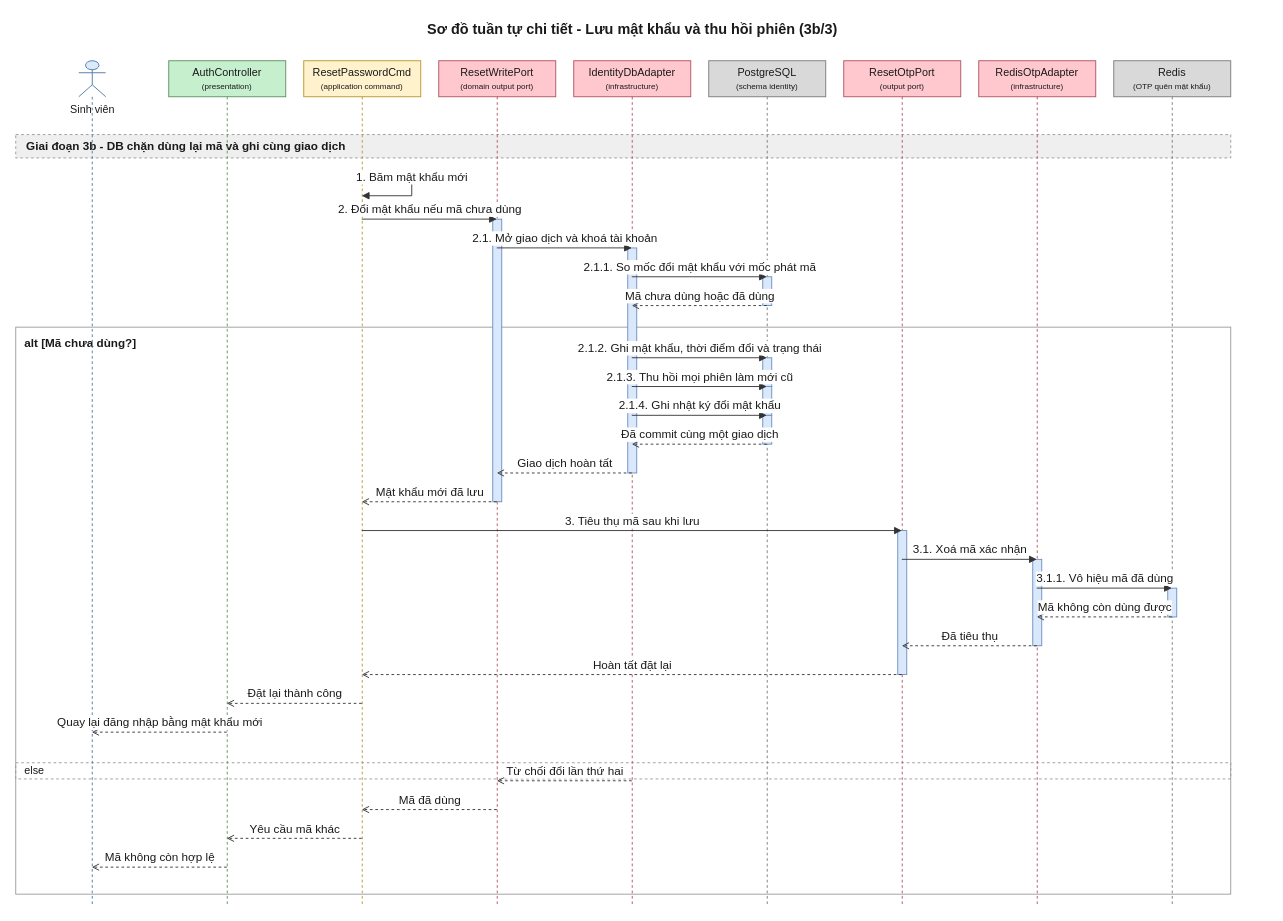
Earlier version of the draw.io diagram 08-diagram/sequence/user/sequence_user_quen_mat_khau_otp_p3b.drawio (daiphu1801/PRJ_ALGOPREP). Source tidied: cells renumbered, new cells numbered last; positions are measured from the earlier drawing's top-left corner, leaving out a move shared by most shapes. Both pictures are drawn from the tidied source at 90%, with x=0, y=0 at pixel (15, 15).
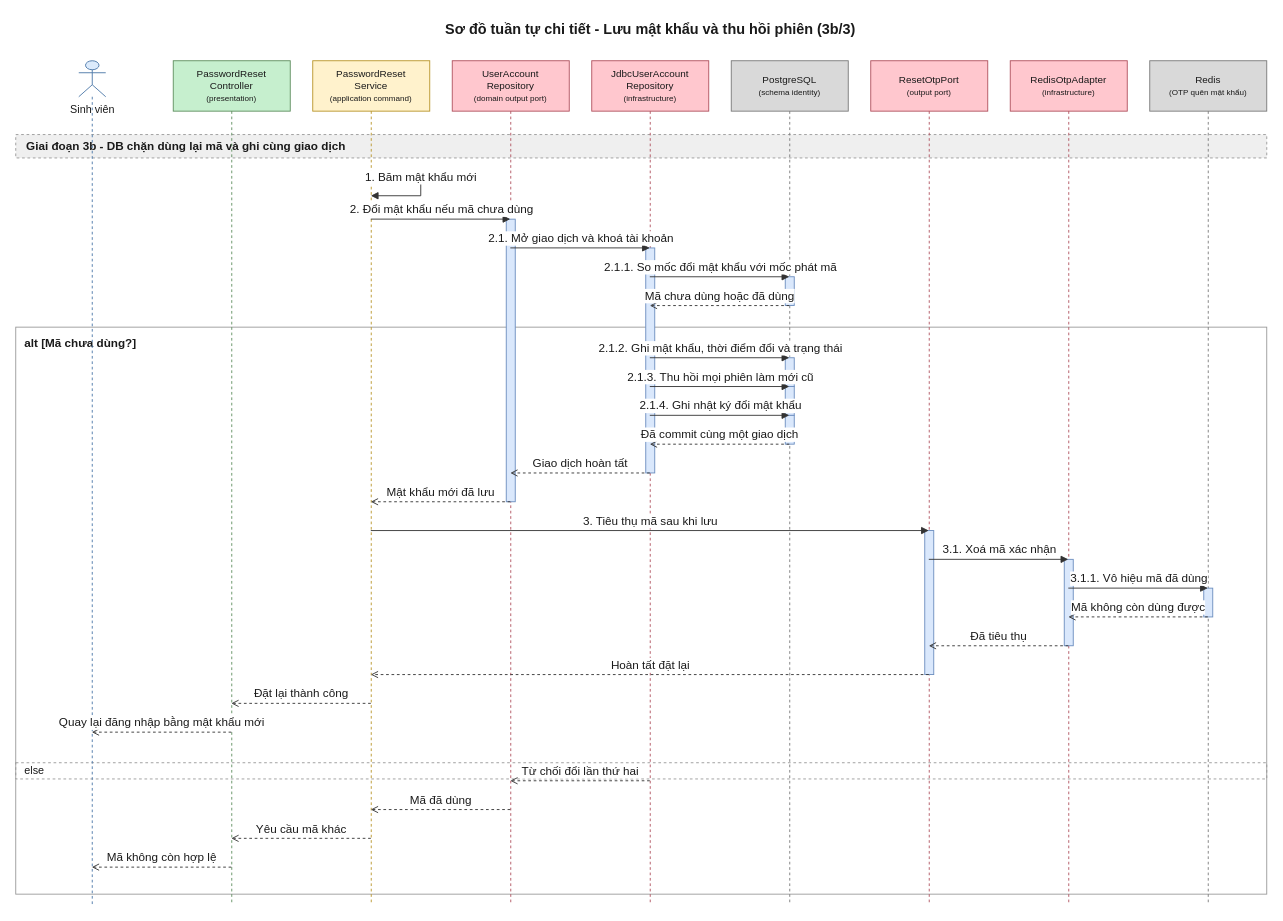
Above is the later version.

Change to the diagram source:
```diff
@@
     <mxCell id="2" value="Sơ đồ tuần tự chi tiết - Lưu mật khẩu và thu hồi phiên (3b/3)" style="text;html=1;fontSize=16;fontStyle=1;align=center;verticalAlign=middle;fontColor=#1A1A1A;" parent="1" vertex="1">
-      <mxGeometry x="20" width="1330" height="30" as="geometry" />
+      <mxGeometry x="20" width="1370" height="30" as="geometry" />
     </mxCell>
     <mxCell id="3" value="alt [Mã chưa dùng?]" style="algoprep=alt;rounded=0;whiteSpace=wrap;html=1;fillColor=none;strokeColor=#999999;verticalAlign=top;align=left;spacingLeft=8;spacingTop=4;fontColor=#1A1A1A;fontSize=13;fontStyle=1;dashed=0;" parent="1" vertex="1">
-      <mxGeometry y="346" width="1350" height="630" as="geometry" />
+      <mxGeometry y="346" width="1390" height="630" as="geometry" />
     </mxCell>
     <mxCell id="4" value="else" style="text;html=1;dashed=1;strokeColor=#999999;fillColor=none;align=left;verticalAlign=middle;spacingLeft=8;fontColor=#1A1A1A;fontSize=12;" parent="1" vertex="1">
-      <mxGeometry y="830" width="1350" height="18" as="geometry" />
+      <mxGeometry y="830" width="1390" height="18" as="geometry" />
     </mxCell>
     <mxCell id="5" value="Giai đoạn 3b - DB chặn dùng lại mã và ghi cùng giao dịch" style="algoprep=phase;rounded=0;whiteSpace=wrap;html=1;fillColor=#EFEFEF;strokeColor=#999999;dashed=1;align=left;verticalAlign=middle;spacingLeft=10;fontColor=#1A1A1A;fontSize=13;fontStyle=1;" parent="1" vertex="1">
-      <mxGeometry y="132" width="1350" height="26" as="geometry" />
+      <mxGeometry y="132" width="1390" height="26" as="geometry" />
     </mxCell>
@@
-    <mxCell id="7" value="AuthController&lt;br&gt;&lt;font style=&quot;font-size:9px&quot;&gt;(presentation)&lt;/font&gt;" style="shape=umlLifeline;perimeter=lifelinePerimeter;whiteSpace=wrap;html=1;outlineConnect=0;size=40;fillColor=#C6EFCE;strokeColor=#5E8E5E;fontColor=#1A1A1A;" parent="1" vertex="1">
-      <mxGeometry x="170" y="50" width="130" height="938" as="geometry" />
+    <mxCell id="7" value="PasswordReset&lt;br&gt;Controller&lt;br&gt;&lt;font style=&quot;font-size:9px&quot;&gt;(presentation)&lt;/font&gt;" style="shape=umlLifeline;perimeter=lifelinePerimeter;whiteSpace=wrap;html=1;outlineConnect=0;size=56;fontSize=11;fillColor=#C6EFCE;strokeColor=#5E8E5E;fontColor=#1A1A1A;" parent="1" vertex="1">
+      <mxGeometry x="175" y="50" width="130" height="938" as="geometry" />
     </mxCell>
-    <mxCell id="8" value="ResetPasswordCmd&lt;br&gt;&lt;font style=&quot;font-size:9px&quot;&gt;(application command)&lt;/font&gt;" style="shape=umlLifeline;perimeter=lifelinePerimeter;whiteSpace=wrap;html=1;outlineConnect=0;size=40;fillColor=#FFF2CC;strokeColor=#B8952A;fontColor=#1A1A1A;" parent="1" vertex="1">
-      <mxGeometry x="320" y="50" width="130" height="938" as="geometry" />
+    <mxCell id="8" value="PasswordReset&lt;br&gt;Service&lt;br&gt;&lt;font style=&quot;font-size:9px&quot;&gt;(application command)&lt;/font&gt;" style="shape=umlLifeline;perimeter=lifelinePerimeter;whiteSpace=wrap;html=1;outlineConnect=0;size=56;fontSize=11;fillColor=#FFF2CC;strokeColor=#B8952A;fontColor=#1A1A1A;" parent="1" vertex="1">
+      <mxGeometry x="330" y="50" width="130" height="938" as="geometry" />
     </mxCell>
-    <mxCell id="9" value="ResetWritePort&lt;br&gt;&lt;font style=&quot;font-size:9px&quot;&gt;(domain output port)&lt;/font&gt;" style="shape=umlLifeline;perimeter=lifelinePerimeter;whiteSpace=wrap;html=1;outlineConnect=0;size=40;fillColor=#FFC7CE;strokeColor=#B0525E;fontColor=#1A1A1A;" parent="1" vertex="1">
-      <mxGeometry x="470" y="50" width="130" height="938" as="geometry" />
+    <mxCell id="9" value="UserAccount&lt;br&gt;Repository&lt;br&gt;&lt;font style=&quot;font-size:9px&quot;&gt;(domain output port)&lt;/font&gt;" style="shape=umlLifeline;perimeter=lifelinePerimeter;whiteSpace=wrap;html=1;outlineConnect=0;size=56;fontSize=11;fillColor=#FFC7CE;strokeColor=#B0525E;fontColor=#1A1A1A;" parent="1" vertex="1">
+      <mxGeometry x="485" y="50" width="130" height="938" as="geometry" />
     </mxCell>
-    <mxCell id="10" value="IdentityDbAdapter&lt;br&gt;&lt;font style=&quot;font-size:9px&quot;&gt;(infrastructure)&lt;/font&gt;" style="shape=umlLifeline;perimeter=lifelinePerimeter;whiteSpace=wrap;html=1;outlineConnect=0;size=40;fillColor=#FFC7CE;strokeColor=#B0525E;fontColor=#1A1A1A;" parent="1" vertex="1">
-      <mxGeometry x="620" y="50" width="130" height="938" as="geometry" />
+    <mxCell id="10" value="JdbcUserAccount&lt;br&gt;Repository&lt;br&gt;&lt;font style=&quot;font-size:9px&quot;&gt;(infrastructure)&lt;/font&gt;" style="shape=umlLifeline;perimeter=lifelinePerimeter;whiteSpace=wrap;html=1;outlineConnect=0;size=56;fontSize=11;fillColor=#FFC7CE;strokeColor=#B0525E;fontColor=#1A1A1A;" parent="1" vertex="1">
+      <mxGeometry x="640" y="50" width="130" height="938" as="geometry" />
     </mxCell>
-    <mxCell id="11" value="PostgreSQL&lt;br&gt;&lt;font style=&quot;font-size:9px&quot;&gt;(schema identity)&lt;/font&gt;" style="shape=umlLifeline;perimeter=lifelinePerimeter;whiteSpace=wrap;html=1;outlineConnect=0;size=40;fillColor=#D9D9D9;strokeColor=#7A7A7A;fontColor=#1A1A1A;" parent="1" vertex="1">
-      <mxGeometry x="770" y="50" width="130" height="938" as="geometry" />
+    <mxCell id="11" value="PostgreSQL&lt;br&gt;&lt;font style=&quot;font-size:9px&quot;&gt;(schema identity)&lt;/font&gt;" style="shape=umlLifeline;perimeter=lifelinePerimeter;whiteSpace=wrap;html=1;outlineConnect=0;size=56;fontSize=11;fillColor=#D9D9D9;strokeColor=#7A7A7A;fontColor=#1A1A1A;" parent="1" vertex="1">
+      <mxGeometry x="795" y="50" width="130" height="938" as="geometry" />
     </mxCell>
-    <mxCell id="12" value="ResetOtpPort&lt;br&gt;&lt;font style=&quot;font-size:9px&quot;&gt;(output port)&lt;/font&gt;" style="shape=umlLifeline;perimeter=lifelinePerimeter;whiteSpace=wrap;html=1;outlineConnect=0;size=40;fillColor=#FFC7CE;strokeColor=#B0525E;fontColor=#1A1A1A;" parent="1" vertex="1">
-      <mxGeometry x="920" y="50" width="130" height="938" as="geometry" />
+    <mxCell id="12" value="ResetOtpPort&lt;br&gt;&lt;font style=&quot;font-size:9px&quot;&gt;(output port)&lt;/font&gt;" style="shape=umlLifeline;perimeter=lifelinePerimeter;whiteSpace=wrap;html=1;outlineConnect=0;size=56;fontSize=11;fillColor=#FFC7CE;strokeColor=#B0525E;fontColor=#1A1A1A;" parent="1" vertex="1">
+      <mxGeometry x="950" y="50" width="130" height="938" as="geometry" />
     </mxCell>
-    <mxCell id="13" value="RedisOtpAdapter&lt;br&gt;&lt;font style=&quot;font-size:9px&quot;&gt;(infrastructure)&lt;/font&gt;" style="shape=umlLifeline;perimeter=lifelinePerimeter;whiteSpace=wrap;html=1;outlineConnect=0;size=40;fillColor=#FFC7CE;strokeColor=#B0525E;fontColor=#1A1A1A;" parent="1" vertex="1">
-      <mxGeometry x="1070" y="50" width="130" height="938" as="geometry" />
+    <mxCell id="13" value="RedisOtpAdapter&lt;br&gt;&lt;font style=&quot;font-size:9px&quot;&gt;(infrastructure)&lt;/font&gt;" style="shape=umlLifeline;perimeter=lifelinePerimeter;whiteSpace=wrap;html=1;outlineConnect=0;size=56;fontSize=11;fillColor=#FFC7CE;strokeColor=#B0525E;fontColor=#1A1A1A;" parent="1" vertex="1">
+      <mxGeometry x="1105" y="50" width="130" height="938" as="geometry" />
     </mxCell>
-    <mxCell id="14" value="Redis&lt;br&gt;&lt;font style=&quot;font-size:9px&quot;&gt;(OTP quên mật khẩu)&lt;/font&gt;" style="shape=umlLifeline;perimeter=lifelinePerimeter;whiteSpace=wrap;html=1;outlineConnect=0;size=40;fillColor=#D9D9D9;strokeColor=#7A7A7A;fontColor=#1A1A1A;" parent="1" vertex="1">
-      <mxGeometry x="1220" y="50" width="130" height="938" as="geometry" />
+    <mxCell id="14" value="Redis&lt;br&gt;&lt;font style=&quot;font-size:9px&quot;&gt;(OTP quên mật khẩu)&lt;/font&gt;" style="shape=umlLifeline;perimeter=lifelinePerimeter;whiteSpace=wrap;html=1;outlineConnect=0;size=56;fontSize=11;fillColor=#D9D9D9;strokeColor=#7A7A7A;fontColor=#1A1A1A;" parent="1" vertex="1">
+      <mxGeometry x="1260" y="50" width="130" height="938" as="geometry" />
     </mxCell>
@@
     <mxCell id="24" value="1. Băm mật khẩu mới" style="edgeStyle=orthogonalEdgeStyle;rounded=0;html=1;endArrow=block;endFill=1;strokeColor=#333333;fontColor=#1A1A1A;fontSize=13;verticalAlign=bottom;exitX=0.5;exitY=0.1386;exitDx=0;exitDy=0;entryX=0.5;entryY=0.1599;entryDx=0;entryDy=0;" parent="1" edge="1" source="8" target="8">
       <mxGeometry relative="1" as="geometry">
         <Array as="points">
-          <mxPoint x="440" y="180" />
-          <mxPoint x="440" y="200" />
+          <mxPoint x="450" y="180" />
+          <mxPoint x="450" y="200" />
         </Array>
       </mxGeometry>
     </mxCell>
```
